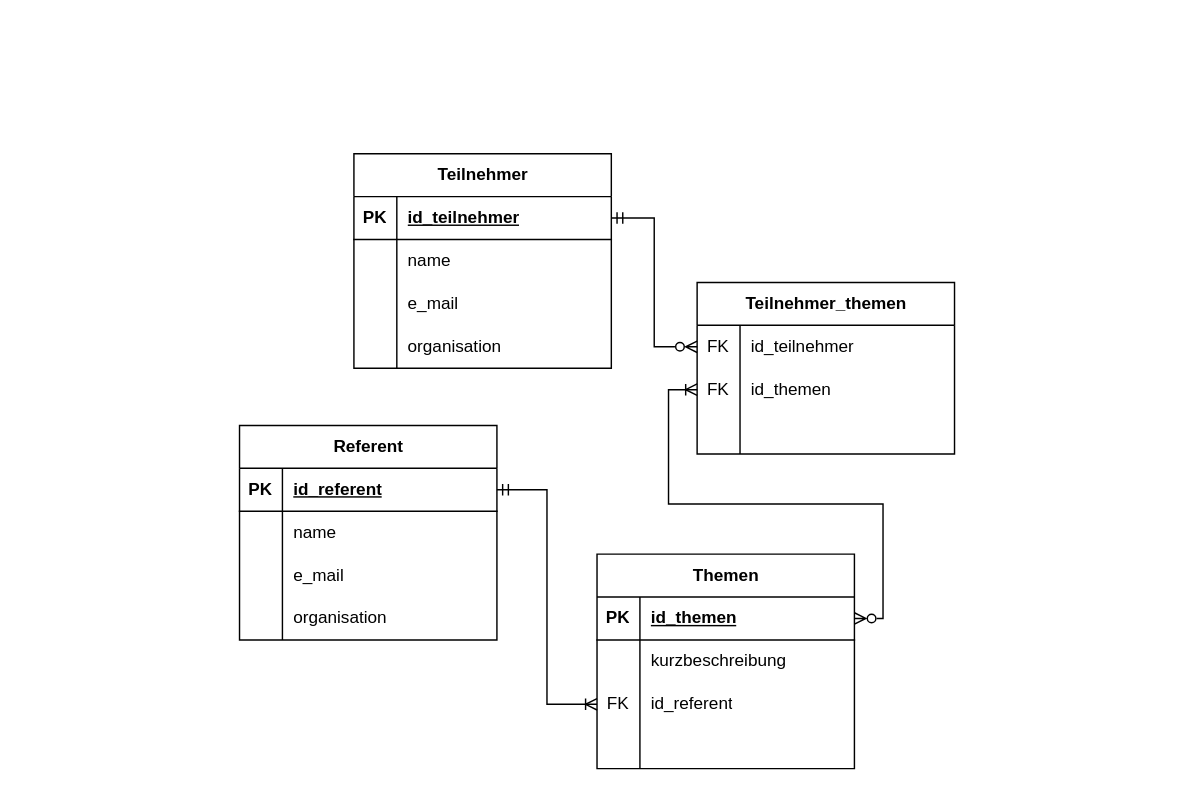
Earlier version of the draw.io diagram LE-01-02/ERD-Database-Verwaltung-Konferenz.drawio (Motogna-Madalina/My-SQL-Learning). Source tidied: cells renumbered, new cells numbered last; positions are measured from the earlier drawing's top-left corner, leaving out a move shared by most shapes. Both pictures are drawn from the tidied source at 143%, with x=0, y=0 at pixel (239, 153).
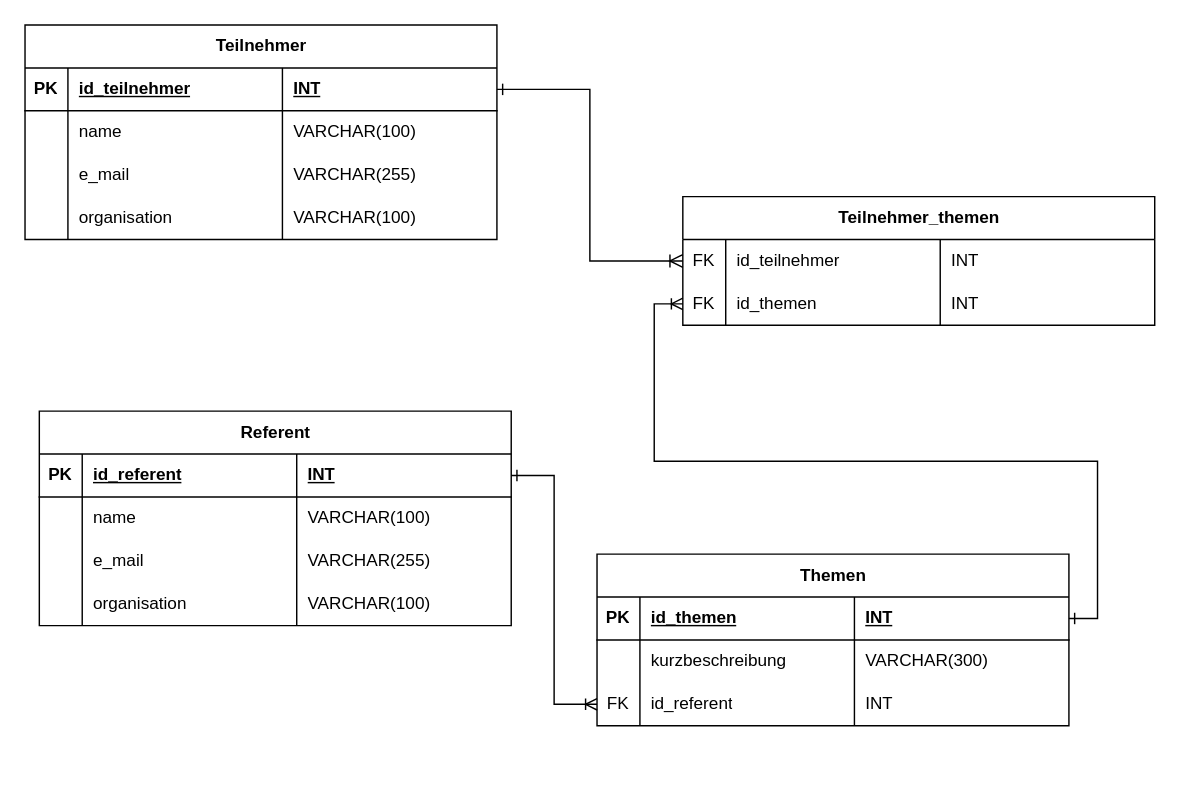
After the change.

Diff of the diagram source:
```diff
@@
     <mxCell id="2" value="Teilnehmer" style="shape=table;startSize=30;childLayout=tableLayout;rowLines=0;fontStyle=1;align=center;html=1;" parent="1" vertex="1">
-      <mxGeometry x="80" width="180" height="150" as="geometry" />
+      <mxGeometry x="-150" y="-90" width="330" height="150" as="geometry" />
     </mxCell>
     <mxCell id="3" style="shape=tableRow;horizontal=0;startSize=0;swimlaneHead=0;swimlaneBody=0;fillColor=none;points=[[0,0.5],[1,0.5]];portConstraint=eastwest;top=0;left=0;right=0;bottom=1;" parent="2" vertex="1">
-      <mxGeometry y="30" width="180" height="30" as="geometry" />
+      <mxGeometry y="30" width="330" height="30" as="geometry" />
     </mxCell>
@@
+    <mxCell id="54" value="INT" style="shape=partialRectangle;fillColor=none;top=0;left=0;bottom=0;right=0;align=left;spacingLeft=6;fontStyle=5;overflow=hidden;whiteSpace=wrap;html=1;" parent="3" vertex="1">
+      <mxGeometry x="180" width="150" height="30" as="geometry" />
+    </mxCell>
     <mxCell id="6" style="shape=tableRow;horizontal=0;startSize=0;swimlaneHead=0;swimlaneBody=0;fillColor=none;top=0;left=0;right=0;bottom=0;" parent="2" vertex="1">
-      <mxGeometry y="60" width="180" height="30" as="geometry" />
+      <mxGeometry y="60" width="330" height="30" as="geometry" />
     </mxCell>
@@
+    <mxCell id="55" value="VARCHAR(100)" style="shape=partialRectangle;fillColor=none;top=0;left=0;bottom=0;right=0;align=left;spacingLeft=6;overflow=hidden;whiteSpace=wrap;html=1;" parent="6" vertex="1">
+      <mxGeometry x="180" width="150" height="30" as="geometry" />
+    </mxCell>
     <mxCell id="9" style="shape=tableRow;horizontal=0;startSize=0;swimlaneHead=0;swimlaneBody=0;fillColor=none;top=0;left=0;right=0;bottom=0;" parent="2" vertex="1">
-      <mxGeometry y="90" width="180" height="30" as="geometry" />
+      <mxGeometry y="90" width="330" height="30" as="geometry" />
     </mxCell>
@@
+    <mxCell id="56" value="VARCHAR(255)" style="shape=partialRectangle;fillColor=none;top=0;left=0;bottom=0;right=0;align=left;spacingLeft=6;overflow=hidden;whiteSpace=wrap;html=1;" parent="9" vertex="1">
+      <mxGeometry x="180" width="150" height="30" as="geometry" />
+    </mxCell>
     <mxCell id="12" style="shape=tableRow;horizontal=0;startSize=0;swimlaneHead=0;swimlaneBody=0;fillColor=none;top=0;left=0;right=0;bottom=0;" parent="2" vertex="1">
-      <mxGeometry y="120" width="180" height="30" as="geometry" />
+      <mxGeometry y="120" width="330" height="30" as="geometry" />
     </mxCell>
@@
+    <mxCell id="57" value="VARCHAR(100)" style="shape=partialRectangle;fillColor=none;top=0;left=0;bottom=0;right=0;align=left;spacingLeft=6;overflow=hidden;whiteSpace=wrap;html=1;" parent="12" vertex="1">
+      <mxGeometry x="180" width="150" height="30" as="geometry" />
+    </mxCell>
     <mxCell id="15" value="Referent" style="shape=table;startSize=30;childLayout=tableLayout;rowLines=0;fontStyle=1;align=center;html=1;" parent="1" vertex="1">
-      <mxGeometry y="190" width="180" height="150" as="geometry" />
+      <mxGeometry x="-140" y="180" width="330" height="150" as="geometry" />
     </mxCell>
     <mxCell id="16" style="shape=tableRow;horizontal=0;startSize=0;swimlaneHead=0;swimlaneBody=0;fillColor=none;points=[[0,0.5],[1,0.5]];portConstraint=eastwest;top=0;left=0;right=0;bottom=1;" parent="15" vertex="1">
-      <mxGeometry y="30" width="180" height="30" as="geometry" />
+      <mxGeometry y="30" width="330" height="30" as="geometry" />
     </mxCell>
@@
+    <mxCell id="58" value="INT" style="shape=partialRectangle;fillColor=none;top=0;left=0;bottom=0;right=0;align=left;spacingLeft=6;fontStyle=5;overflow=hidden;whiteSpace=wrap;html=1;" parent="16" vertex="1">
+      <mxGeometry x="180" width="150" height="30" as="geometry" />
+    </mxCell>
     <mxCell id="19" style="shape=tableRow;horizontal=0;startSize=0;swimlaneHead=0;swimlaneBody=0;fillColor=none;top=0;left=0;right=0;bottom=0;" parent="15" vertex="1">
-      <mxGeometry y="60" width="180" height="30" as="geometry" />
+      <mxGeometry y="60" width="330" height="30" as="geometry" />
     </mxCell>
@@
+    <mxCell id="59" value="VARCHAR(100)" style="shape=partialRectangle;fillColor=none;top=0;left=0;bottom=0;right=0;align=left;spacingLeft=6;overflow=hidden;whiteSpace=wrap;html=1;" parent="19" vertex="1">
+      <mxGeometry x="180" width="150" height="30" as="geometry" />
+    </mxCell>
     <mxCell id="22" style="shape=tableRow;horizontal=0;startSize=0;swimlaneHead=0;swimlaneBody=0;fillColor=none;top=0;left=0;right=0;bottom=0;" parent="15" vertex="1">
-      <mxGeometry y="90" width="180" height="30" as="geometry" />
+      <mxGeometry y="90" width="330" height="30" as="geometry" />
     </mxCell>
@@
+    <mxCell id="60" value="VARCHAR(255)" style="shape=partialRectangle;fillColor=none;top=0;left=0;bottom=0;right=0;align=left;spacingLeft=6;overflow=hidden;whiteSpace=wrap;html=1;" parent="22" vertex="1">
+      <mxGeometry x="180" width="150" height="30" as="geometry" />
+    </mxCell>
     <mxCell id="25" style="shape=tableRow;horizontal=0;startSize=0;swimlaneHead=0;swimlaneBody=0;fillColor=none;top=0;left=0;right=0;bottom=0;" parent="15" vertex="1">
-      <mxGeometry y="120" width="180" height="30" as="geometry" />
+      <mxGeometry y="120" width="330" height="30" as="geometry" />
     </mxCell>
@@
+    <mxCell id="61" value="VARCHAR(100)" style="shape=partialRectangle;fillColor=none;top=0;left=0;bottom=0;right=0;align=left;spacingLeft=6;overflow=hidden;whiteSpace=wrap;html=1;" parent="25" vertex="1">
+      <mxGeometry x="180" width="150" height="30" as="geometry" />
+    </mxCell>
     <mxCell id="28" value="Themen" style="shape=table;startSize=30;childLayout=tableLayout;rowLines=0;fontStyle=1;align=center;html=1;" parent="1" vertex="1">
-      <mxGeometry x="250" y="280" width="180" height="150" as="geometry" />
+      <mxGeometry x="250" y="280" width="330" height="120" as="geometry" />
     </mxCell>
     <mxCell id="29" style="shape=tableRow;horizontal=0;startSize=0;swimlaneHead=0;swimlaneBody=0;fillColor=none;points=[[0,0.5],[1,0.5]];portConstraint=eastwest;top=0;left=0;right=0;bottom=1;" parent="28" vertex="1">
-      <mxGeometry y="30" width="180" height="30" as="geometry" />
+      <mxGeometry y="30" width="330" height="30" as="geometry" />
     </mxCell>
@@
+    <mxCell id="62" value="INT" style="shape=partialRectangle;fillColor=none;top=0;left=0;bottom=0;right=0;align=left;spacingLeft=6;fontStyle=5;overflow=hidden;whiteSpace=wrap;html=1;" parent="29" vertex="1">
+      <mxGeometry x="180" width="150" height="30" as="geometry" />
+    </mxCell>
     <mxCell id="32" style="shape=tableRow;horizontal=0;startSize=0;swimlaneHead=0;swimlaneBody=0;fillColor=none;top=0;left=0;right=0;bottom=0;" parent="28" vertex="1">
-      <mxGeometry y="60" width="180" height="30" as="geometry" />
+      <mxGeometry y="60" width="330" height="30" as="geometry" />
     </mxCell>
@@
+    <mxCell id="63" value="VARCHAR(300)" style="shape=partialRectangle;fillColor=none;top=0;left=0;bottom=0;right=0;align=left;spacingLeft=6;overflow=hidden;whiteSpace=wrap;html=1;" parent="32" vertex="1">
+      <mxGeometry x="180" width="150" height="30" as="geometry" />
+    </mxCell>
     <mxCell id="35" style="shape=tableRow;horizontal=0;startSize=0;swimlaneHead=0;swimlaneBody=0;fillColor=none;points=[[0,0.5],[1,0.5]];portConstraint=eastwest;top=0;left=0;right=0;bottom=0;" parent="28" vertex="1">
-      <mxGeometry y="90" width="180" height="30" as="geometry" />
+      <mxGeometry y="90" width="330" height="30" as="geometry" />
     </mxCell>
@@
-    <mxCell id="38" style="shape=tableRow;horizontal=0;startSize=0;swimlaneHead=0;swimlaneBody=0;fillColor=none;top=0;left=0;right=0;bottom=0;" parent="28" vertex="1">
-      <mxGeometry y="120" width="180" height="30" as="geometry" />
-    </mxCell>
-    <mxCell id="39" style="shape=partialRectangle;fillColor=none;top=0;left=0;bottom=0;right=0;overflow=hidden;whiteSpace=wrap;html=1;" parent="38" vertex="1">
-      <mxGeometry width="30" height="30" as="geometry" />
-    </mxCell>
-    <mxCell id="40" style="shape=partialRectangle;fillColor=none;top=0;left=0;bottom=0;right=0;align=left;spacingLeft=6;overflow=hidden;whiteSpace=wrap;html=1;" parent="38" vertex="1">
-      <mxGeometry x="30" width="150" height="30" as="geometry" />
-    </mxCell>
+    <mxCell id="64" value="INT" style="shape=partialRectangle;fillColor=none;top=0;left=0;bottom=0;right=0;align=left;spacingLeft=6;overflow=hidden;whiteSpace=wrap;html=1;" parent="35" vertex="1">
+      <mxGeometry x="180" width="150" height="30" as="geometry" />
+    </mxCell>
     <mxCell id="41" value="Teilnehmer_themen" style="shape=table;startSize=30;childLayout=tableLayout;rowLines=0;fontStyle=1;align=center;html=1;" parent="1" vertex="1">
-      <mxGeometry x="320" y="90" width="180" height="120" as="geometry" />
+      <mxGeometry x="310" y="30" width="330" height="90" as="geometry" />
     </mxCell>
     <mxCell id="42" style="shape=tableRow;horizontal=0;startSize=0;swimlaneHead=0;swimlaneBody=0;fillColor=none;points=[[0,0.5],[1,0.5]];portConstraint=eastwest;top=0;left=0;right=0;bottom=0;" parent="41" vertex="1">
-      <mxGeometry y="30" width="180" height="30" as="geometry" />
+      <mxGeometry y="30" width="330" height="30" as="geometry" />
     </mxCell>
@@
+    <mxCell id="65" value="INT" style="shape=partialRectangle;fillColor=none;top=0;left=0;bottom=0;right=0;align=left;spacingLeft=6;overflow=hidden;whiteSpace=wrap;html=1;" parent="42" vertex="1">
+      <mxGeometry x="180" width="150" height="30" as="geometry" />
+    </mxCell>
     <mxCell id="45" style="shape=tableRow;horizontal=0;startSize=0;swimlaneHead=0;swimlaneBody=0;fillColor=none;points=[[0,0.5],[1,0.5]];portConstraint=eastwest;top=0;left=0;right=0;bottom=0;" parent="41" vertex="1">
-      <mxGeometry y="60" width="180" height="30" as="geometry" />
+      <mxGeometry y="60" width="330" height="30" as="geometry" />
     </mxCell>
@@
-    <mxCell id="48" style="shape=tableRow;horizontal=0;startSize=0;swimlaneHead=0;swimlaneBody=0;fillColor=none;top=0;left=0;right=0;bottom=0;" parent="41" vertex="1">
-      <mxGeometry y="90" width="180" height="30" as="geometry" />
-    </mxCell>
-    <mxCell id="49" style="shape=partialRectangle;fillColor=none;top=0;left=0;bottom=0;right=0;overflow=hidden;whiteSpace=wrap;html=1;" parent="48" vertex="1">
-      <mxGeometry width="30" height="30" as="geometry" />
-    </mxCell>
-    <mxCell id="50" style="shape=partialRectangle;fillColor=none;top=0;left=0;bottom=0;right=0;align=left;spacingLeft=6;overflow=hidden;whiteSpace=wrap;html=1;" parent="48" vertex="1">
-      <mxGeometry x="30" width="150" height="30" as="geometry" />
-    </mxCell>
+    <mxCell id="66" value="INT" style="shape=partialRectangle;fillColor=none;top=0;left=0;bottom=0;right=0;align=left;spacingLeft=6;overflow=hidden;whiteSpace=wrap;html=1;" parent="45" vertex="1">
+      <mxGeometry x="180" width="150" height="30" as="geometry" />
+    </mxCell>
-    <mxCell id="51" style="edgeStyle=orthogonalEdgeStyle;rounded=0;jettySize=auto;html=1;exitX=1;exitY=0.5;exitDx=0;exitDy=0;entryX=0;entryY=0.5;entryDx=0;entryDy=0;endArrow=ERzeroToMany;endFill=0;startArrow=ERmandOne;startFill=0;" parent="1" edge="1" source="3" target="42">
+    <mxCell id="51" style="edgeStyle=orthogonalEdgeStyle;rounded=0;jettySize=auto;html=1;exitX=1;exitY=0.5;exitDx=0;exitDy=0;entryX=0;entryY=0.5;entryDx=0;entryDy=0;endArrow=ERoneToMany;endFill=0;startArrow=ERone;startFill=0;endSize=7;" parent="1" edge="1" source="3" target="42">
       <mxGeometry relative="1" as="geometry" />
     </mxCell>
-    <mxCell id="52" style="edgeStyle=orthogonalEdgeStyle;rounded=0;jettySize=auto;html=1;exitX=1;exitY=0.5;exitDx=0;exitDy=0;startArrow=ERzeroToMany;startFill=0;endArrow=ERoneToMany;endFill=0;" parent="1" edge="1" source="29" target="45">
+    <mxCell id="52" style="edgeStyle=orthogonalEdgeStyle;rounded=0;jettySize=auto;html=1;exitX=1;exitY=0.5;exitDx=0;exitDy=0;startArrow=ERone;startFill=0;endArrow=ERoneToMany;endFill=0;" parent="1" edge="1" source="29" target="45">
       <mxGeometry relative="1" as="geometry" />
     </mxCell>
-    <mxCell id="53" style="edgeStyle=orthogonalEdgeStyle;rounded=0;jettySize=auto;html=1;exitX=1;exitY=0.5;exitDx=0;exitDy=0;entryX=0;entryY=0.5;entryDx=0;entryDy=0;startArrow=ERmandOne;startFill=0;endArrow=ERoneToMany;endFill=0;" parent="1" edge="1" source="16" target="35">
+    <mxCell id="53" style="edgeStyle=orthogonalEdgeStyle;rounded=0;jettySize=auto;html=1;exitX=1;exitY=0.5;exitDx=0;exitDy=0;entryX=0;entryY=0.5;entryDx=0;entryDy=0;startArrow=ERone;startFill=0;endArrow=ERoneToMany;endFill=0;" parent="1" edge="1" source="16" target="35">
       <mxGeometry relative="1" as="geometry" />
     </mxCell>
```
